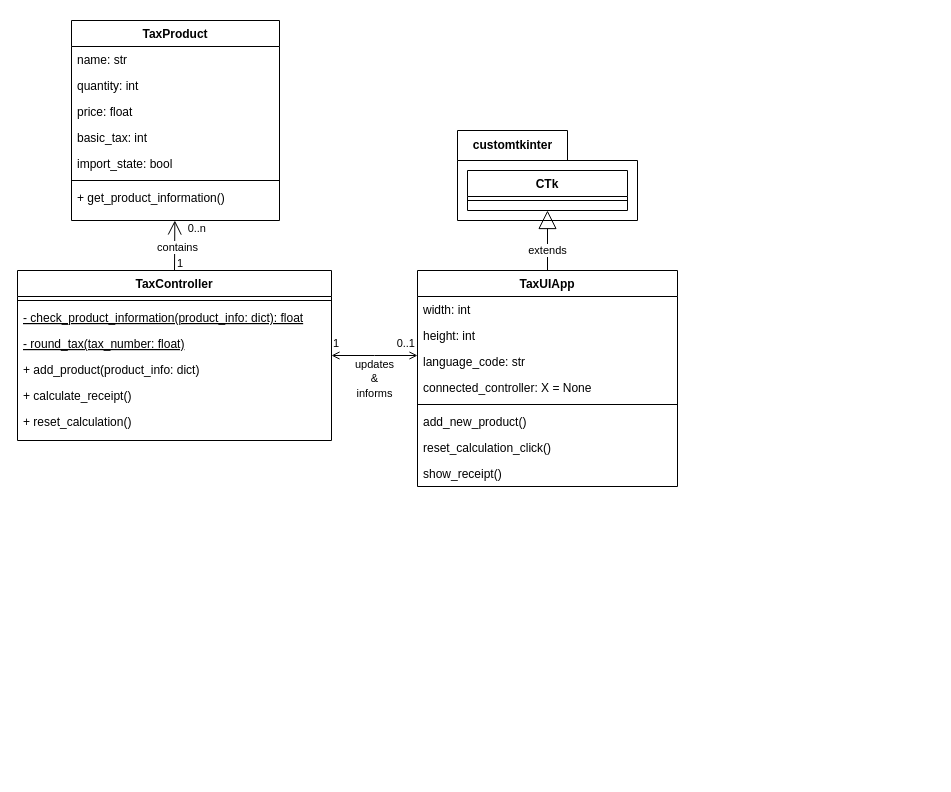
This is doc_src/taxcalc_class_diagram.drawio from rik-wachner/Project_TaXCalC_Itemis, a draw.io file, before an edit. Source tidied: cells renumbered, new cells numbered last; positions are measured from the earlier drawing's top-left corner, leaving out a move shared by most shapes. Both pictures are drawn from the tidied source at 100%, with x=0, y=0 at pixel (17, 20).
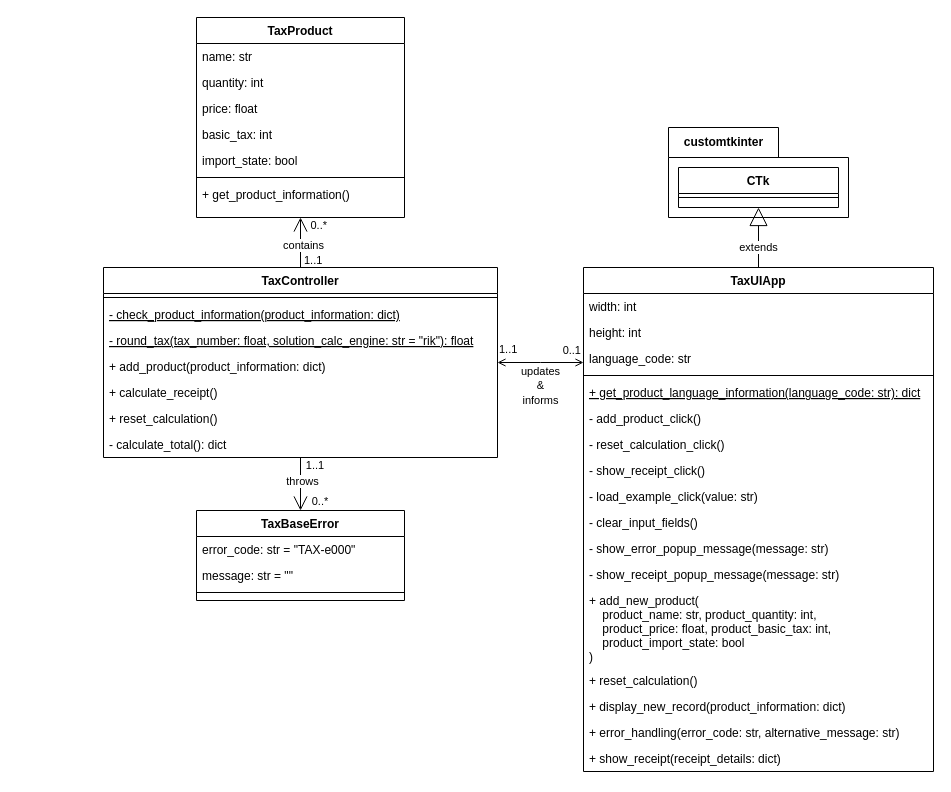
Above is the later version.

Diff of the diagram source:
```diff
@@
-    <mxCell id="2" style="group;" parent="1" vertex="1">
-      <mxGeometry width="660" height="466" as="geometry" />
-    </mxCell>
-    <mxCell id="3" value="customtkinter" style="shape=folder;fontStyle=1;tabWidth=110;tabHeight=30;tabPosition=left;html=1;boundedLbl=1;labelInHeader=1;" parent="2" vertex="1">
-      <mxGeometry x="440" y="110" width="180" height="90" as="geometry" />
+    <mxCell id="3" value="customtkinter" style="shape=folder;fontStyle=1;tabWidth=110;tabHeight=30;tabPosition=left;html=1;boundedLbl=1;labelInHeader=1;" parent="1" vertex="1">
+      <mxGeometry x="651" y="107" width="180" height="90" as="geometry" />
     </mxCell>
-    <mxCell id="4" value="TaxController" style="swimlane;fontStyle=1;align=center;verticalAlign=top;horizontal=1;startSize=26;rounded=0;shadow=0;strokeWidth=1;" parent="2" vertex="1">
-      <mxGeometry y="250" width="314" height="170" as="geometry" />
+    <mxCell id="4" value="TaxController" style="swimlane;fontStyle=1;align=center;verticalAlign=top;horizontal=1;startSize=26;rounded=0;shadow=0;strokeWidth=1;" parent="1" vertex="1">
+      <mxGeometry x="86" y="247" width="394" height="190" as="geometry" />
     </mxCell>
     <mxCell id="5" style="line;html=1;strokeWidth=1;align=left;verticalAlign=middle;spacingTop=-1;spacingLeft=3;spacingRight=3;labelPosition=right;" parent="4" vertex="1">
-      <mxGeometry y="26" width="314" height="8" as="geometry" />
+      <mxGeometry y="26" width="394" height="8" as="geometry" />
     </mxCell>
-    <mxCell id="6" value="- check_product_information(product_info: dict): float" style="text;align=left;verticalAlign=top;spacingLeft=4;spacingRight=4;overflow=hidden;fontStyle=4;" parent="4" vertex="1">
-      <mxGeometry y="34" width="314" height="26" as="geometry" />
+    <mxCell id="6" value="- check_product_information(product_information: dict)" style="text;align=left;verticalAlign=top;spacingLeft=4;spacingRight=4;overflow=hidden;fontStyle=4;" parent="4" vertex="1">
+      <mxGeometry y="34" width="394" height="26" as="geometry" />
     </mxCell>
-    <mxCell id="7" value="- round_tax(tax_number: float)" style="text;align=left;verticalAlign=top;spacingLeft=4;spacingRight=4;overflow=hidden;fontStyle=4;" parent="4" vertex="1">
-      <mxGeometry y="60" width="314" height="26" as="geometry" />
+    <mxCell id="7" value="- round_tax(tax_number: float, solution_calc_engine: str = &quot;rik&quot;): float" style="text;align=left;verticalAlign=top;spacingLeft=4;spacingRight=4;overflow=hidden;fontStyle=4;" parent="4" vertex="1">
+      <mxGeometry y="60" width="394" height="26" as="geometry" />
     </mxCell>
-    <mxCell id="8" value="+ add_product(product_info: dict)" style="text;align=left;verticalAlign=top;spacingLeft=4;spacingRight=4;overflow=hidden;" parent="4" vertex="1">
-      <mxGeometry y="86" width="314" height="26" as="geometry" />
+    <mxCell id="8" value="+ add_product(product_information: dict)" style="text;align=left;verticalAlign=top;spacingLeft=4;spacingRight=4;overflow=hidden;" parent="4" vertex="1">
+      <mxGeometry y="86" width="394" height="26" as="geometry" />
     </mxCell>
     <mxCell id="9" value="+ calculate_receipt()" style="text;align=left;verticalAlign=top;spacingLeft=4;spacingRight=4;overflow=hidden;" parent="4" vertex="1">
-      <mxGeometry y="112" width="314" height="26" as="geometry" />
+      <mxGeometry y="112" width="394" height="26" as="geometry" />
     </mxCell>
     <mxCell id="10" value="+ reset_calculation()" style="text;align=left;verticalAlign=top;spacingLeft=4;spacingRight=4;overflow=hidden;" parent="4" vertex="1">
-      <mxGeometry y="138" width="314" height="26" as="geometry" />
+      <mxGeometry y="138" width="394" height="26" as="geometry" />
     </mxCell>
+    <mxCell id="39" value="- calculate_total(): dict" style="text;align=left;verticalAlign=top;spacingLeft=4;spacingRight=4;overflow=hidden;" parent="4" vertex="1">
+      <mxGeometry y="164" width="394" height="26" as="geometry" />
+    </mxCell>
-    <mxCell id="11" style="endArrow=open;shadow=0;strokeWidth=1;rounded=0;endFill=1;edgeStyle=elbowEdgeStyle;elbow=vertical;startArrow=open;startFill=0;" parent="2" edge="1" source="4" target="15">
+    <mxCell id="11" style="endArrow=open;shadow=0;strokeWidth=1;rounded=0;endFill=1;edgeStyle=elbowEdgeStyle;elbow=vertical;startArrow=open;startFill=0;" parent="1" edge="1" source="4" target="15">
       <mxGeometry x="0.5" y="41" relative="1" as="geometry">
         <mxPoint x="-40" y="32" as="offset" />
       </mxGeometry>
     </mxCell>
-    <mxCell id="12" value="1" style="align=left;verticalAlign=bottom;labelBackgroundColor=none;fontSize=11;" parent="11" vertex="1">
+    <mxCell id="12" value="1..1" style="align=left;verticalAlign=bottom;labelBackgroundColor=none;fontSize=11;" parent="11" vertex="1">
       <mxGeometry x="-1" relative="1" as="geometry">
-        <mxPoint y="-4" as="offset" />
+        <mxPoint y="-5" as="offset" />
       </mxGeometry>
     </mxCell>
@@
-    <mxCell id="15" value="TaxUIApp" style="swimlane;fontStyle=1;align=center;verticalAlign=top;horizontal=1;startSize=26;rounded=0;shadow=0;strokeWidth=1;" parent="2" vertex="1">
-      <mxGeometry x="400" y="250" width="260" height="216" as="geometry" />
+    <mxCell id="15" value="TaxUIApp" style="swimlane;fontStyle=1;align=center;verticalAlign=top;horizontal=1;startSize=26;rounded=0;shadow=0;strokeWidth=1;" parent="1" vertex="1">
+      <mxGeometry x="566" y="247" width="350" height="504" as="geometry" />
     </mxCell>
     <mxCell id="16" value="width: int" style="text;align=left;verticalAlign=top;spacingLeft=4;spacingRight=4;overflow=hidden;" parent="15" vertex="1">
-      <mxGeometry y="26" width="260" height="26" as="geometry" />
+      <mxGeometry y="26" width="350" height="26" as="geometry" />
     </mxCell>
     <mxCell id="17" value="height: int" style="text;align=left;verticalAlign=top;spacingLeft=4;spacingRight=4;overflow=hidden;rounded=0;shadow=0;html=0;" parent="15" vertex="1">
-      <mxGeometry y="52" width="260" height="26" as="geometry" />
+      <mxGeometry y="52" width="350" height="26" as="geometry" />
     </mxCell>
     <mxCell id="18" value="language_code: str" style="text;align=left;verticalAlign=top;spacingLeft=4;spacingRight=4;overflow=hidden;rounded=0;shadow=0;html=0;" parent="15" vertex="1">
-      <mxGeometry y="78" width="260" height="26" as="geometry" />
+      <mxGeometry y="78" width="350" height="26" as="geometry" />
     </mxCell>
-    <mxCell id="19" value="connected_controller: X = None" style="text;align=left;verticalAlign=top;spacingLeft=4;spacingRight=4;overflow=hidden;rounded=0;shadow=0;html=0;" parent="15" vertex="1">
-      <mxGeometry y="104" width="260" height="26" as="geometry" />
-    </mxCell>
     <mxCell id="20" style="line;html=1;strokeWidth=1;align=left;verticalAlign=middle;spacingTop=-1;spacingLeft=3;spacingRight=3;labelPosition=right;" parent="15" vertex="1">
-      <mxGeometry y="130" width="260" height="8" as="geometry" />
+      <mxGeometry y="104" width="350" height="8" as="geometry" />
     </mxCell>
+    <mxCell id="40" value="+ get_product_language_information(language_code: str): dict" style="text;align=left;verticalAlign=top;spacingLeft=4;spacingRight=4;overflow=hidden;fontStyle=4;" parent="15" vertex="1">
+      <mxGeometry y="112" width="350" height="26" as="geometry" />
+    </mxCell>
+    <mxCell id="41" value="- add_product_click()" style="text;align=left;verticalAlign=top;spacingLeft=4;spacingRight=4;overflow=hidden;fontStyle=0;" parent="15" vertex="1">
+      <mxGeometry y="138" width="350" height="26" as="geometry" />
+    </mxCell>
+    <mxCell id="42" value="- reset_calculation_click()" style="text;align=left;verticalAlign=top;spacingLeft=4;spacingRight=4;overflow=hidden;" parent="15" vertex="1">
+      <mxGeometry y="164" width="350" height="26" as="geometry" />
+    </mxCell>
+    <mxCell id="43" value="- show_receipt_click()" style="text;align=left;verticalAlign=top;spacingLeft=4;spacingRight=4;overflow=hidden;" parent="15" vertex="1">
+      <mxGeometry y="190" width="350" height="26" as="geometry" />
+    </mxCell>
+    <mxCell id="44" value="- load_example_click(value: str)" style="text;align=left;verticalAlign=top;spacingLeft=4;spacingRight=4;overflow=hidden;" parent="15" vertex="1">
+      <mxGeometry y="216" width="350" height="26" as="geometry" />
+    </mxCell>
+    <mxCell id="45" value="- clear_input_fields()" style="text;align=left;verticalAlign=top;spacingLeft=4;spacingRight=4;overflow=hidden;" parent="15" vertex="1">
+      <mxGeometry y="242" width="350" height="26" as="geometry" />
+    </mxCell>
+    <mxCell id="46" value="- show_error_popup_message(message: str)" style="text;align=left;verticalAlign=top;spacingLeft=4;spacingRight=4;overflow=hidden;" parent="15" vertex="1">
+      <mxGeometry y="268" width="350" height="26" as="geometry" />
+    </mxCell>
+    <mxCell id="47" value="- show_receipt_popup_message(message: str)" style="text;align=left;verticalAlign=top;spacingLeft=4;spacingRight=4;overflow=hidden;" parent="15" vertex="1">
+      <mxGeometry y="294" width="350" height="26" as="geometry" />
+    </mxCell>
-    <mxCell id="21" value="add_new_product()" style="text;align=left;verticalAlign=top;spacingLeft=4;spacingRight=4;overflow=hidden;" parent="15" vertex="1">
-      <mxGeometry y="138" width="260" height="26" as="geometry" />
+    <mxCell id="21" value="+ add_new_product(&#10;    product_name: str, product_quantity: int,&#10;    product_price: float, product_basic_tax: int,&#10;    product_import_state: bool&#10;)" style="text;align=left;verticalAlign=top;spacingLeft=4;spacingRight=4;overflow=hidden;" parent="15" vertex="1">
+      <mxGeometry y="320" width="350" height="80" as="geometry" />
     </mxCell>
-    <mxCell id="22" value="reset_calculation_click()" style="text;align=left;verticalAlign=top;spacingLeft=4;spacingRight=4;overflow=hidden;" parent="15" vertex="1">
-      <mxGeometry y="164" width="260" height="26" as="geometry" />
+    <mxCell id="22" value="+ reset_calculation()" style="text;align=left;verticalAlign=top;spacingLeft=4;spacingRight=4;overflow=hidden;" parent="15" vertex="1">
+      <mxGeometry y="400" width="350" height="26" as="geometry" />
     </mxCell>
-    <mxCell id="23" value="show_receipt()" style="text;align=left;verticalAlign=top;spacingLeft=4;spacingRight=4;overflow=hidden;" parent="15" vertex="1">
-      <mxGeometry y="190" width="260" height="26" as="geometry" />
+    <mxCell id="23" value="+ display_new_record(product_information: dict)" style="text;align=left;verticalAlign=top;spacingLeft=4;spacingRight=4;overflow=hidden;" parent="15" vertex="1">
+      <mxGeometry y="426" width="350" height="26" as="geometry" />
     </mxCell>
+    <mxCell id="48" value="+ error_handling(error_code: str, alternative_message: str)" style="text;align=left;verticalAlign=top;spacingLeft=4;spacingRight=4;overflow=hidden;" parent="15" vertex="1">
+      <mxGeometry y="452" width="350" height="26" as="geometry" />
+    </mxCell>
+    <mxCell id="49" value="+ show_receipt(receipt_details: dict)" style="text;align=left;verticalAlign=top;spacingLeft=4;spacingRight=4;overflow=hidden;" parent="15" vertex="1">
+      <mxGeometry y="478" width="350" height="26" as="geometry" />
+    </mxCell>
-    <mxCell id="24" value="extends" style="endArrow=block;endSize=16;endFill=0;html=1;rounded=0;exitX=0.5;exitY=0;exitDx=0;exitDy=0;" parent="2" edge="1" source="15" target="25">
+    <mxCell id="24" value="extends" style="endArrow=block;endSize=16;endFill=0;html=1;rounded=0;exitX=0.5;exitY=0;exitDx=0;exitDy=0;" parent="1" edge="1" source="15" target="25">
       <mxGeometry x="-0.33" relative="1" as="geometry" />
     </mxCell>
-    <mxCell id="25" value="CTk" style="swimlane;fontStyle=1;align=center;verticalAlign=top;horizontal=1;startSize=26;rounded=0;shadow=0;strokeWidth=1;" parent="2" vertex="1">
-      <mxGeometry x="450" y="150" width="160" height="40" as="geometry" />
+    <mxCell id="25" value="CTk" style="swimlane;fontStyle=1;align=center;verticalAlign=top;horizontal=1;startSize=26;rounded=0;shadow=0;strokeWidth=1;" parent="1" vertex="1">
+      <mxGeometry x="661" y="147" width="160" height="40" as="geometry" />
     </mxCell>
@@
-    <mxCell id="27" value="TaxProduct" style="swimlane;fontStyle=1;align=center;verticalAlign=top;horizontal=1;startSize=26;rounded=0;shadow=0;strokeWidth=1;" parent="2" vertex="1">
-      <mxGeometry x="54" width="208" height="200" as="geometry" />
+    <mxCell id="27" value="TaxProduct" style="swimlane;fontStyle=1;align=center;verticalAlign=top;horizontal=1;startSize=26;rounded=0;shadow=0;strokeWidth=1;" parent="1" vertex="1">
+      <mxGeometry x="179" y="-3" width="208" height="200" as="geometry" />
     </mxCell>
@@
-    <mxCell id="35" style="endArrow=open;endFill=1;endSize=12;html=1;rounded=0;exitX=0.5;exitY=0;exitDx=0;exitDy=0;" parent="2" edge="1" source="4" target="27">
+    <mxCell id="35" style="endArrow=open;endFill=1;endSize=12;html=1;rounded=0;exitX=0.5;exitY=0;exitDx=0;exitDy=0;" parent="1" edge="1" source="4" target="27">
       <mxGeometry relative="1" as="geometry" />
     </mxCell>
@@
-    <mxCell id="37" value="1" style="align=left;verticalAlign=bottom;labelBackgroundColor=none;fontSize=11;" parent="2" vertex="1">
-      <mxGeometry x="158" y="251" as="geometry" />
+    <mxCell id="37" value="1..1" style="align=left;verticalAlign=bottom;labelBackgroundColor=none;fontSize=11;" parent="1" vertex="1">
+      <mxGeometry x="323" y="243" as="geometry">
+        <mxPoint x="-38" y="5" as="offset" />
+      </mxGeometry>
     </mxCell>
-    <mxCell id="38" value="0..n" style="align=right;verticalAlign=bottom;labelBackgroundColor=none;fontSize=11;" parent="2" vertex="1">
-      <mxGeometry x="190" y="216" as="geometry" />
+    <mxCell id="38" value="0..*" style="align=right;verticalAlign=bottom;labelBackgroundColor=none;fontSize=11;" parent="1" vertex="1">
+      <mxGeometry x="358" y="214" as="geometry">
+        <mxPoint x="-47" y="-1" as="offset" />
+      </mxGeometry>
     </mxCell>
+    <mxCell id="50" value="TaxBaseError" style="swimlane;fontStyle=1;align=center;verticalAlign=top;horizontal=1;startSize=26;rounded=0;shadow=0;strokeWidth=1;" parent="1" vertex="1">
+      <mxGeometry x="179" y="490" width="208" height="90" as="geometry" />
+    </mxCell>
+    <mxCell id="51" value="error_code: str = &quot;TAX-e000&quot;" style="text;align=left;verticalAlign=top;spacingLeft=4;spacingRight=4;overflow=hidden;rounded=0;shadow=0;html=0;" parent="50" vertex="1">
+      <mxGeometry y="26" width="208" height="26" as="geometry" />
+    </mxCell>
+    <mxCell id="52" value="message: str = &quot;&quot;&#10;" style="text;align=left;verticalAlign=top;spacingLeft=4;spacingRight=4;overflow=hidden;rounded=0;shadow=0;html=0;" parent="50" vertex="1">
+      <mxGeometry y="52" width="208" height="26" as="geometry" />
+    </mxCell>
+    <mxCell id="53" style="line;html=1;strokeWidth=1;align=left;verticalAlign=middle;spacingTop=-1;spacingLeft=3;spacingRight=3;labelPosition=right;" parent="50" vertex="1">
+      <mxGeometry y="78" width="208" height="8" as="geometry" />
+    </mxCell>
+    <mxCell id="54" style="endArrow=open;endFill=1;endSize=12;html=1;rounded=0;entryX=0.5;entryY=0;entryDx=0;entryDy=0;" parent="1" edge="1" source="4" target="50">
+      <mxGeometry relative="1" as="geometry" />
+    </mxCell>
+    <mxCell id="55" value="throws" style="edgeLabel;html=1;align=center;verticalAlign=middle;" parent="54" vertex="1">
+      <mxGeometry x="0.41" y="1" relative="1" as="geometry">
+        <mxPoint y="-14" as="offset" />
+      </mxGeometry>
+    </mxCell>
+    <mxCell id="56" value="&lt;font style=&quot;font-size: 11px;&quot;&gt;1..1&lt;/font&gt;" style="text;html=1;strokeColor=none;fillColor=none;align=center;verticalAlign=middle;whiteSpace=wrap;rounded=0;" parent="1" vertex="1">
+      <mxGeometry x="283" y="435" width="30" height="20" as="geometry" />
+    </mxCell>
+    <mxCell id="57" value="&lt;font style=&quot;font-size: 11px;&quot;&gt;0..*&lt;/font&gt;" style="text;html=1;strokeColor=none;fillColor=none;align=center;verticalAlign=middle;whiteSpace=wrap;rounded=0;" parent="1" vertex="1">
+      <mxGeometry x="288" y="471" width="30" height="20" as="geometry" />
+    </mxCell>
```
